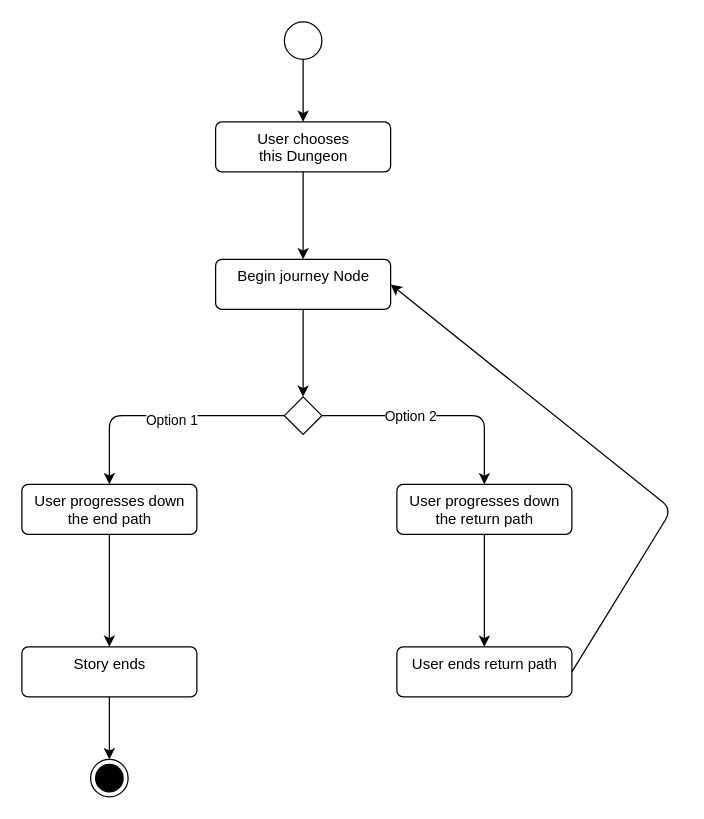
Above: Activity.drawio in DeaconKaiJ/BlueLightsFlash_ASE (draw.io), before the change. Source tidied: cells renumbered, new cells numbered last; positions are measured from the earlier drawing's top-left corner, leaving out a move shared by most shapes. Both pictures are drawn from the tidied source at 125%, with x=0, y=0 at pixel (21, 21).
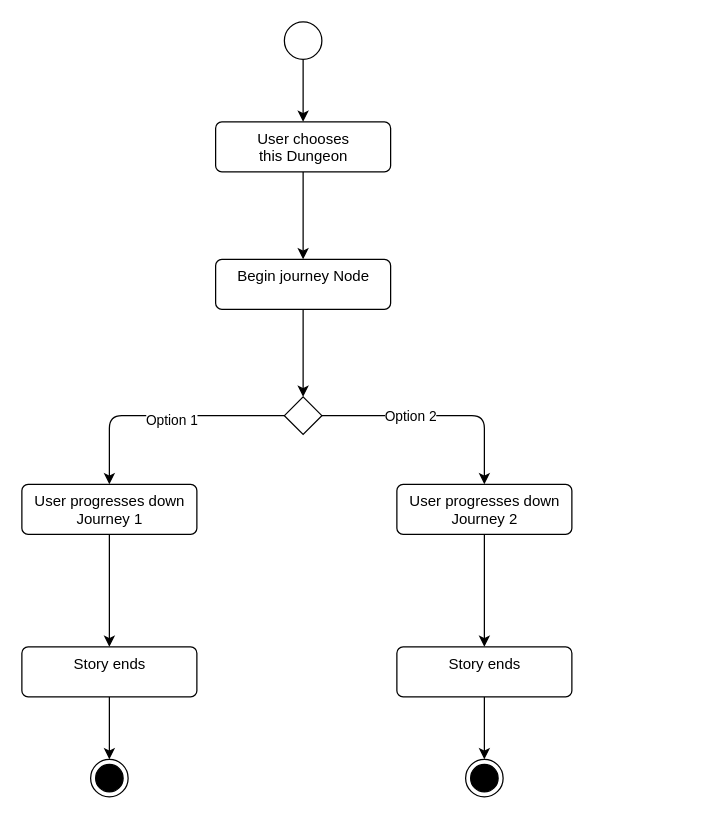
The same page after the edit.

Commit message:
Changed activity to fit new structure

Unchanged cells that the change refers to:
```xml
<mxCell id="7" value="Begin journey Node" style="html=1;align=center;verticalAlign=top;rounded=1;absoluteArcSize=1;arcSize=10;dashed=0;" parent="1" vertex="1">
  <mxGeometry x="155" y="190" width="140" height="40" as="geometry" />
</mxCell>
```

What changed in the source:
```diff
@@
-    <mxCell id="14" value="User progresses down&lt;br&gt;the end path" style="html=1;align=center;verticalAlign=top;rounded=1;absoluteArcSize=1;arcSize=10;dashed=0;" parent="1" vertex="1">
+    <mxCell id="14" value="User progresses down&lt;br&gt;Journey 1&lt;br&gt;" style="html=1;align=center;verticalAlign=top;rounded=1;absoluteArcSize=1;arcSize=10;dashed=0;" parent="1" vertex="1">
       <mxGeometry y="370" width="140" height="40" as="geometry" />
     </mxCell>
@@
-    <mxCell id="16" value="User progresses down&lt;br&gt;the return path" style="html=1;align=center;verticalAlign=top;rounded=1;absoluteArcSize=1;arcSize=10;dashed=0;" parent="1" vertex="1">
+    <mxCell id="16" value="User progresses down&lt;br&gt;Journey 2" style="html=1;align=center;verticalAlign=top;rounded=1;absoluteArcSize=1;arcSize=10;dashed=0;" parent="1" vertex="1">
       <mxGeometry x="300" y="370" width="140" height="40" as="geometry" />
     </mxCell>
@@
-    <mxCell id="19" style="edgeStyle=none;html=1;exitX=1;exitY=0.5;exitDx=0;exitDy=0;entryX=1;entryY=0.5;entryDx=0;entryDy=0;" parent="1" edge="1" source="20" target="7">
-      <mxGeometry relative="1" as="geometry">
-        <Array as="points">
-          <mxPoint x="520" y="390" />
-        </Array>
-      </mxGeometry>
-    </mxCell>
+    <mxCell id="22" style="edgeStyle=none;html=1;exitX=0.5;exitY=1;exitDx=0;exitDy=0;entryX=0.5;entryY=0;entryDx=0;entryDy=0;" parent="1" edge="1" source="20" target="23">
+      <mxGeometry relative="1" as="geometry" />
+    </mxCell>
-    <mxCell id="20" value="User ends return path" style="html=1;align=center;verticalAlign=top;rounded=1;absoluteArcSize=1;arcSize=10;dashed=0;" parent="1" vertex="1">
+    <mxCell id="20" value="Story ends" style="html=1;align=center;verticalAlign=top;rounded=1;absoluteArcSize=1;arcSize=10;dashed=0;" parent="1" vertex="1">
       <mxGeometry x="300" y="500" width="140" height="40" as="geometry" />
     </mxCell>
@@
+    <mxCell id="23" style="ellipse;html=1;shape=endState;fillColor=strokeColor;" parent="1" vertex="1">
+      <mxGeometry x="355" y="590" width="30" height="30" as="geometry" />
+    </mxCell>
```
